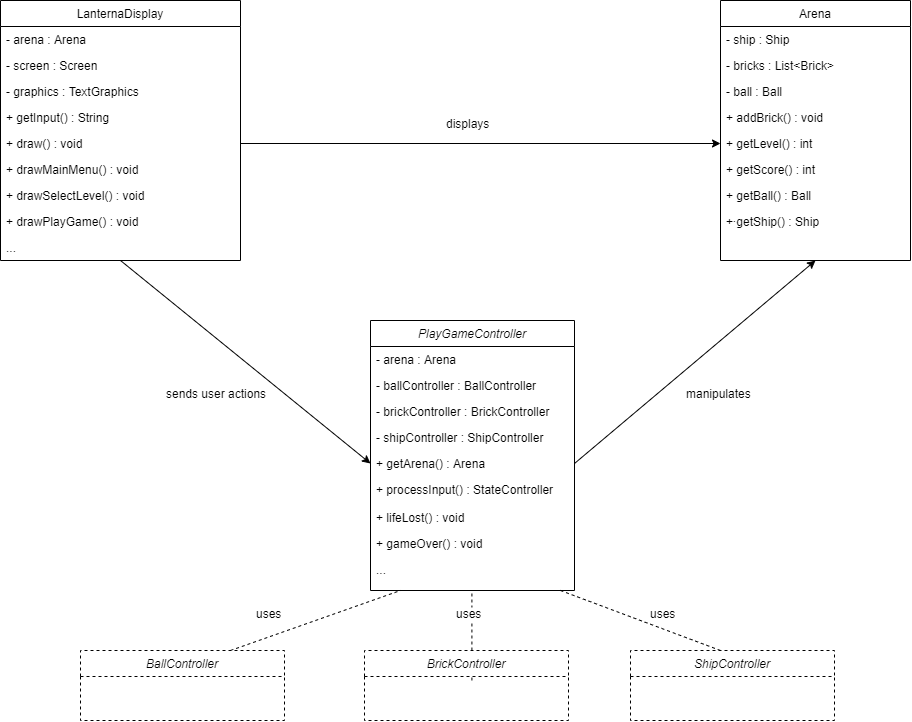
This is docs/mvc.png from ricardofdc/LPOO_19-20, a draw.io export, as it was before one commit. Source tidied: cells renumbered, new cells last; positions are measured from the earlier drawing's top-left corner, leaving out a move shared by most shapes. Source of this version:
```xml
<mxGraphModel>
  <root>
    <mxCell id="0" />
    <mxCell id="1" parent="0" />
    <mxCell id="2" style="rounded=0;jettySize=auto;html=1;exitX=1;exitY=0.5;exitDx=0;exitDy=0;entryX=0;entryY=0.5;entryDx=0;entryDy=0;" parent="1" edge="1" source="24" target="34">
      <mxGeometry relative="1" as="geometry" />
    </mxCell>
    <mxCell id="3" value="..." style="text;align=left;verticalAlign=top;spacingLeft=4;spacingRight=4;overflow=hidden;" parent="1" vertex="1">
      <mxGeometry x="720" y="204" width="190" height="26" as="geometry" />
    </mxCell>
    <mxCell id="4" style="edgeStyle=none;rounded=0;jettySize=auto;html=1;exitX=1;exitY=0.5;exitDx=0;exitDy=0;entryX=0.5;entryY=1;entryDx=0;entryDy=0;" parent="1" edge="1" source="5" target="29">
      <mxGeometry relative="1" as="geometry" />
    </mxCell>
    <mxCell id="5" value="+ getArena() : Arena" style="text;align=left;verticalAlign=top;spacingLeft=4;spacingRight=4;overflow=hidden;points=[[0,0.5],[1,0.5]];portConstraint=eastwest;" parent="1" vertex="1">
      <mxGeometry x="370" y="450" width="204" height="26" as="geometry" />
    </mxCell>
    <mxCell id="6" value="+ processInput() : StateController" style="text;align=left;verticalAlign=top;spacingLeft=4;spacingRight=4;overflow=hidden;" parent="1" vertex="1">
      <mxGeometry x="370" y="476" width="204" height="26" as="geometry" />
    </mxCell>
    <mxCell id="7" value="+ lifeLost() : void" style="text;align=left;verticalAlign=top;spacingLeft=4;spacingRight=4;overflow=hidden;" parent="1" vertex="1">
      <mxGeometry x="370" y="504" width="204" height="26" as="geometry" />
    </mxCell>
    <mxCell id="8" value="+ gameOver() : void" style="text;align=left;verticalAlign=top;spacingLeft=4;spacingRight=4;overflow=hidden;" parent="1" vertex="1">
      <mxGeometry x="370" y="530" width="204" height="26" as="geometry" />
    </mxCell>
    <mxCell id="9" value="..." style="text;align=left;verticalAlign=top;spacingLeft=4;spacingRight=4;overflow=hidden;" parent="1" vertex="1">
      <mxGeometry x="370" y="556" width="204" height="26" as="geometry" />
    </mxCell>
    <mxCell id="10" style="edgeStyle=none;rounded=0;jettySize=auto;html=1;exitX=0.5;exitY=1;exitDx=0;exitDy=0;entryX=0;entryY=0.5;entryDx=0;entryDy=0;" parent="1" edge="1" source="19" target="5">
      <mxGeometry relative="1" as="geometry" />
    </mxCell>
    <mxCell id="11" value="displays" style="text;align=left;verticalAlign=top;spacingLeft=4;spacingRight=4;overflow=hidden;" parent="1" vertex="1">
      <mxGeometry x="440" y="110" width="204" height="26" as="geometry" />
    </mxCell>
    <mxCell id="12" value="sends user actions" style="text;align=left;verticalAlign=top;spacingLeft=4;spacingRight=4;overflow=hidden;" parent="1" vertex="1">
      <mxGeometry x="160" y="380" width="204" height="26" as="geometry" />
    </mxCell>
    <mxCell id="13" value="manipulates" style="text;align=left;verticalAlign=top;spacingLeft=4;spacingRight=4;overflow=hidden;" parent="1" vertex="1">
      <mxGeometry x="680" y="380" width="204" height="26" as="geometry" />
    </mxCell>
    <mxCell id="14" value="PlayGameController" style="swimlane;fontStyle=2;align=center;verticalAlign=top;horizontal=1;startSize=26;rounded=0;shadow=0;strokeWidth=1;" parent="1" vertex="1">
      <mxGeometry x="370" y="320" width="204" height="270" as="geometry" />
    </mxCell>
    <mxCell id="15" value="- arena : Arena" style="text;align=left;verticalAlign=top;spacingLeft=4;spacingRight=4;overflow=hidden;" parent="14" vertex="1">
      <mxGeometry y="26" width="204" height="26" as="geometry" />
    </mxCell>
    <mxCell id="16" value="- ballController : BallController" style="text;align=left;verticalAlign=top;spacingLeft=4;spacingRight=4;overflow=hidden;rounded=0;shadow=0;html=0;" parent="14" vertex="1">
      <mxGeometry y="52" width="204" height="26" as="geometry" />
    </mxCell>
    <mxCell id="17" value="- brickController : BrickController" style="text;align=left;verticalAlign=top;spacingLeft=4;spacingRight=4;overflow=hidden;rounded=0;shadow=0;html=0;" parent="14" vertex="1">
      <mxGeometry y="78" width="204" height="26" as="geometry" />
    </mxCell>
    <mxCell id="18" value="- shipController : ShipController" style="text;align=left;verticalAlign=top;spacingLeft=4;spacingRight=4;overflow=hidden;" parent="14" vertex="1">
      <mxGeometry y="104" width="204" height="26" as="geometry" />
    </mxCell>
    <mxCell id="19" value="LanternaDisplay" style="swimlane;fontStyle=0;align=center;verticalAlign=top;horizontal=1;startSize=26;rounded=0;shadow=0;strokeWidth=1;" parent="1" vertex="1">
      <mxGeometry width="240" height="260" as="geometry" />
    </mxCell>
    <mxCell id="20" value="- arena : Arena" style="text;align=left;verticalAlign=top;spacingLeft=4;spacingRight=4;overflow=hidden;" parent="19" vertex="1">
      <mxGeometry y="26" width="240" height="26" as="geometry" />
    </mxCell>
    <mxCell id="21" value="- screen : Screen" style="text;align=left;verticalAlign=top;spacingLeft=4;spacingRight=4;overflow=hidden;rounded=0;shadow=0;html=0;" parent="19" vertex="1">
      <mxGeometry y="52" width="240" height="26" as="geometry" />
    </mxCell>
    <mxCell id="22" value="- graphics : TextGraphics" style="text;align=left;verticalAlign=top;spacingLeft=4;spacingRight=4;overflow=hidden;fontStyle=0;" parent="19" vertex="1">
      <mxGeometry y="78" width="240" height="26" as="geometry" />
    </mxCell>
    <mxCell id="23" value="+ getInput() : String" style="text;align=left;verticalAlign=top;spacingLeft=4;spacingRight=4;overflow=hidden;" parent="19" vertex="1">
      <mxGeometry y="104" width="240" height="26" as="geometry" />
    </mxCell>
    <mxCell id="24" value="+ draw() : void" style="text;align=left;verticalAlign=top;spacingLeft=4;spacingRight=4;overflow=hidden;points=[[0,0.5],[1,0.5]];portConstraint=eastwest;" parent="19" vertex="1">
      <mxGeometry y="130" width="240" height="26" as="geometry" />
    </mxCell>
    <mxCell id="25" value="+ drawMainMenu() : void" style="text;align=left;verticalAlign=top;spacingLeft=4;spacingRight=4;overflow=hidden;fontStyle=0;" parent="19" vertex="1">
      <mxGeometry y="156" width="240" height="26" as="geometry" />
    </mxCell>
    <mxCell id="26" value="+ drawSelectLevel() : void" style="text;align=left;verticalAlign=top;spacingLeft=4;spacingRight=4;overflow=hidden;rounded=0;shadow=0;html=0;" parent="19" vertex="1">
      <mxGeometry y="182" width="240" height="26" as="geometry" />
    </mxCell>
    <mxCell id="27" value="+ drawPlayGame() : void" style="text;align=left;verticalAlign=top;spacingLeft=4;spacingRight=4;overflow=hidden;rounded=0;shadow=0;html=0;" parent="19" vertex="1">
      <mxGeometry y="208" width="240" height="26" as="geometry" />
    </mxCell>
    <mxCell id="28" value="..." style="text;align=left;verticalAlign=top;spacingLeft=4;spacingRight=4;overflow=hidden;rounded=0;shadow=0;html=0;" parent="19" vertex="1">
      <mxGeometry y="234" width="240" height="16" as="geometry" />
    </mxCell>
    <mxCell id="29" value="Arena" style="swimlane;fontStyle=0;align=center;verticalAlign=top;horizontal=1;startSize=26;rounded=0;shadow=0;strokeWidth=1;" parent="1" vertex="1">
      <mxGeometry x="720" width="190" height="260" as="geometry" />
    </mxCell>
    <mxCell id="30" value="- ship : Ship" style="text;align=left;verticalAlign=top;spacingLeft=4;spacingRight=4;overflow=hidden;" parent="29" vertex="1">
      <mxGeometry y="26" width="190" height="26" as="geometry" />
    </mxCell>
    <mxCell id="31" value="- bricks : List&lt;Brick&gt;" style="text;align=left;verticalAlign=top;spacingLeft=4;spacingRight=4;overflow=hidden;rounded=0;shadow=0;html=0;" parent="29" vertex="1">
      <mxGeometry y="52" width="190" height="26" as="geometry" />
    </mxCell>
    <mxCell id="32" value="- ball : Ball" style="text;align=left;verticalAlign=top;spacingLeft=4;spacingRight=4;overflow=hidden;rounded=0;shadow=0;html=0;" parent="29" vertex="1">
      <mxGeometry y="78" width="190" height="26" as="geometry" />
    </mxCell>
    <mxCell id="33" value="+ addBrick() : void" style="text;align=left;verticalAlign=top;spacingLeft=4;spacingRight=4;overflow=hidden;fontStyle=0;" parent="29" vertex="1">
      <mxGeometry y="104" width="190" height="26" as="geometry" />
    </mxCell>
    <mxCell id="34" value="+ getLevel() : int" style="text;align=left;verticalAlign=top;spacingLeft=4;spacingRight=4;overflow=hidden;points=[[0,0.5],[1,0.5]];portConstraint=eastwest;rounded=0;shadow=0;html=0;" parent="29" vertex="1">
      <mxGeometry y="130" width="190" height="26" as="geometry" />
    </mxCell>
    <mxCell id="35" value="+ getScore() : int" style="text;align=left;verticalAlign=top;spacingLeft=4;spacingRight=4;overflow=hidden;fontStyle=0;" parent="29" vertex="1">
      <mxGeometry y="156" width="190" height="26" as="geometry" />
    </mxCell>
    <mxCell id="36" value="+ getBall() : Ball" style="text;align=left;verticalAlign=top;spacingLeft=4;spacingRight=4;overflow=hidden;" parent="29" vertex="1">
      <mxGeometry y="182" width="190" height="26" as="geometry" />
    </mxCell>
    <mxCell id="37" value="+ getShip() : Ship" style="text;align=left;verticalAlign=top;spacingLeft=4;spacingRight=4;overflow=hidden;" parent="29" vertex="1">
      <mxGeometry y="208" width="190" height="26" as="geometry" />
    </mxCell>
    <mxCell id="38" style="endArrow=none;dashed=1;html=1;" parent="1" edge="1">
      <mxGeometry relative="1" as="geometry">
        <mxPoint x="230" y="650" as="sourcePoint" />
        <mxPoint x="400" y="590" as="targetPoint" />
      </mxGeometry>
    </mxCell>
    <mxCell id="39" style="endArrow=none;dashed=1;html=1;" parent="1" edge="1">
      <mxGeometry relative="1" as="geometry">
        <mxPoint x="471.4" y="680" as="sourcePoint" />
        <mxPoint x="471.4" y="590" as="targetPoint" />
      </mxGeometry>
    </mxCell>
    <mxCell id="40" style="endArrow=none;dashed=1;html=1;" parent="1" edge="1">
      <mxGeometry relative="1" as="geometry">
        <mxPoint x="720" y="650" as="sourcePoint" />
        <mxPoint x="560" y="590" as="targetPoint" />
      </mxGeometry>
    </mxCell>
    <mxCell id="41" value="BallController" style="swimlane;fontStyle=2;align=center;verticalAlign=top;horizontal=1;startSize=26;rounded=0;shadow=0;strokeWidth=1;dashed=1;" parent="1" vertex="1">
      <mxGeometry x="80" y="650" width="204" height="70" as="geometry" />
    </mxCell>
    <mxCell id="42" value="BrickController" style="swimlane;fontStyle=2;align=center;verticalAlign=top;horizontal=1;startSize=26;rounded=0;shadow=0;strokeWidth=1;dashed=1;" parent="1" vertex="1">
      <mxGeometry x="364" y="650" width="204" height="70" as="geometry" />
    </mxCell>
    <mxCell id="43" value="ShipController" style="swimlane;fontStyle=2;align=center;verticalAlign=top;horizontal=1;startSize=26;rounded=0;shadow=0;strokeWidth=1;dashed=1;" parent="1" vertex="1">
      <mxGeometry x="630" y="650" width="204" height="70" as="geometry" />
    </mxCell>
    <mxCell id="44" value="uses" style="text;align=left;verticalAlign=top;spacingLeft=4;spacingRight=4;overflow=hidden;" parent="1" vertex="1">
      <mxGeometry x="644" y="600" width="204" height="26" as="geometry" />
    </mxCell>
    <mxCell id="45" value="uses" style="text;align=left;verticalAlign=top;spacingLeft=4;spacingRight=4;overflow=hidden;labelBackgroundColor=#ffffff;" parent="1" vertex="1">
      <mxGeometry x="450" y="600" width="204" height="26" as="geometry" />
    </mxCell>
    <mxCell id="46" value="uses" style="text;align=left;verticalAlign=top;spacingLeft=4;spacingRight=4;overflow=hidden;" parent="1" vertex="1">
      <mxGeometry x="250" y="600" width="186" height="26" as="geometry" />
    </mxCell>
  </root>
</mxGraphModel>
```
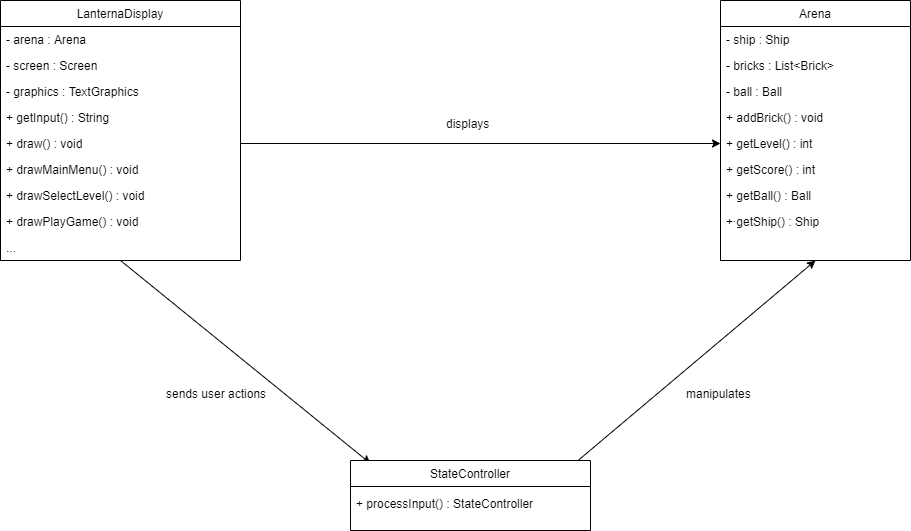
Above is the later version.

Diff of the diagram source:
```diff
@@ -8,26 +8,15 @@
     <mxCell id="3" value="..." style="text;align=left;verticalAlign=top;spacingLeft=4;spacingRight=4;overflow=hidden;" parent="1" vertex="1">
       <mxGeometry x="720" y="204" width="190" height="26" as="geometry" />
     </mxCell>
-    <mxCell id="4" style="edgeStyle=none;rounded=0;jettySize=auto;html=1;exitX=1;exitY=0.5;exitDx=0;exitDy=0;entryX=0.5;entryY=1;entryDx=0;entryDy=0;" parent="1" edge="1" source="5" target="29">
-      <mxGeometry relative="1" as="geometry" />
+    <mxCell id="4" style="edgeStyle=none;rounded=0;jettySize=auto;html=1;exitX=1;exitY=0.5;exitDx=0;exitDy=0;entryX=0.5;entryY=1;entryDx=0;entryDy=0;" parent="1" edge="1" target="29">
+      <mxGeometry relative="1" as="geometry">
+        <mxPoint x="574" y="463" as="sourcePoint" />
+      </mxGeometry>
     </mxCell>
-    <mxCell id="5" value="+ getArena() : Arena" style="text;align=left;verticalAlign=top;spacingLeft=4;spacingRight=4;overflow=hidden;points=[[0,0.5],[1,0.5]];portConstraint=eastwest;" parent="1" vertex="1">
-      <mxGeometry x="370" y="450" width="204" height="26" as="geometry" />
-    </mxCell>
-    <mxCell id="6" value="+ processInput() : StateController" style="text;align=left;verticalAlign=top;spacingLeft=4;spacingRight=4;overflow=hidden;" parent="1" vertex="1">
-      <mxGeometry x="370" y="476" width="204" height="26" as="geometry" />
-    </mxCell>
-    <mxCell id="7" value="+ lifeLost() : void" style="text;align=left;verticalAlign=top;spacingLeft=4;spacingRight=4;overflow=hidden;" parent="1" vertex="1">
-      <mxGeometry x="370" y="504" width="204" height="26" as="geometry" />
-    </mxCell>
-    <mxCell id="8" value="+ gameOver() : void" style="text;align=left;verticalAlign=top;spacingLeft=4;spacingRight=4;overflow=hidden;" parent="1" vertex="1">
-      <mxGeometry x="370" y="530" width="204" height="26" as="geometry" />
-    </mxCell>
-    <mxCell id="9" value="..." style="text;align=left;verticalAlign=top;spacingLeft=4;spacingRight=4;overflow=hidden;" parent="1" vertex="1">
-      <mxGeometry x="370" y="556" width="204" height="26" as="geometry" />
-    </mxCell>
-    <mxCell id="10" style="edgeStyle=none;rounded=0;jettySize=auto;html=1;exitX=0.5;exitY=1;exitDx=0;exitDy=0;entryX=0;entryY=0.5;entryDx=0;entryDy=0;" parent="1" edge="1" source="19" target="5">
-      <mxGeometry relative="1" as="geometry" />
+    <mxCell id="10" style="edgeStyle=none;rounded=0;jettySize=auto;html=1;exitX=0.5;exitY=1;exitDx=0;exitDy=0;entryX=0;entryY=0.5;entryDx=0;entryDy=0;" parent="1" edge="1" source="19">
+      <mxGeometry relative="1" as="geometry">
+        <mxPoint x="370" y="463" as="targetPoint" />
+      </mxGeometry>
     </mxCell>
     <mxCell id="11" value="displays" style="text;align=left;verticalAlign=top;spacingLeft=4;spacingRight=4;overflow=hidden;" parent="1" vertex="1">
       <mxGeometry x="440" y="110" width="204" height="26" as="geometry" />
@@ -38,21 +27,6 @@
     <mxCell id="13" value="manipulates" style="text;align=left;verticalAlign=top;spacingLeft=4;spacingRight=4;overflow=hidden;" parent="1" vertex="1">
       <mxGeometry x="680" y="380" width="204" height="26" as="geometry" />
     </mxCell>
-    <mxCell id="14" value="PlayGameController" style="swimlane;fontStyle=2;align=center;verticalAlign=top;horizontal=1;startSize=26;rounded=0;shadow=0;strokeWidth=1;" parent="1" vertex="1">
-      <mxGeometry x="370" y="320" width="204" height="270" as="geometry" />
-    </mxCell>
-    <mxCell id="15" value="- arena : Arena" style="text;align=left;verticalAlign=top;spacingLeft=4;spacingRight=4;overflow=hidden;" parent="14" vertex="1">
-      <mxGeometry y="26" width="204" height="26" as="geometry" />
-    </mxCell>
-    <mxCell id="16" value="- ballController : BallController" style="text;align=left;verticalAlign=top;spacingLeft=4;spacingRight=4;overflow=hidden;rounded=0;shadow=0;html=0;" parent="14" vertex="1">
-      <mxGeometry y="52" width="204" height="26" as="geometry" />
-    </mxCell>
-    <mxCell id="17" value="- brickController : BrickController" style="text;align=left;verticalAlign=top;spacingLeft=4;spacingRight=4;overflow=hidden;rounded=0;shadow=0;html=0;" parent="14" vertex="1">
-      <mxGeometry y="78" width="204" height="26" as="geometry" />
-    </mxCell>
-    <mxCell id="18" value="- shipController : ShipController" style="text;align=left;verticalAlign=top;spacingLeft=4;spacingRight=4;overflow=hidden;" parent="14" vertex="1">
-      <mxGeometry y="104" width="204" height="26" as="geometry" />
-    </mxCell>
     <mxCell id="19" value="LanternaDisplay" style="swimlane;fontStyle=0;align=center;verticalAlign=top;horizontal=1;startSize=26;rounded=0;shadow=0;strokeWidth=1;" parent="1" vertex="1">
       <mxGeometry width="240" height="260" as="geometry" />
     </mxCell>
@@ -110,41 +84,11 @@
     <mxCell id="37" value="+ getShip() : Ship" style="text;align=left;verticalAlign=top;spacingLeft=4;spacingRight=4;overflow=hidden;" parent="29" vertex="1">
       <mxGeometry y="208" width="190" height="26" as="geometry" />
     </mxCell>
-    <mxCell id="38" style="endArrow=none;dashed=1;html=1;" parent="1" edge="1">
-      <mxGeometry relative="1" as="geometry">
-        <mxPoint x="230" y="650" as="sourcePoint" />
-        <mxPoint x="400" y="590" as="targetPoint" />
-      </mxGeometry>
-    </mxCell>
-    <mxCell id="39" style="endArrow=none;dashed=1;html=1;" parent="1" edge="1">
-      <mxGeometry relative="1" as="geometry">
-        <mxPoint x="471.4" y="680" as="sourcePoint" />
-        <mxPoint x="471.4" y="590" as="targetPoint" />
-      </mxGeometry>
-    </mxCell>
-    <mxCell id="40" style="endArrow=none;dashed=1;html=1;" parent="1" edge="1">
-      <mxGeometry relative="1" as="geometry">
-        <mxPoint x="720" y="650" as="sourcePoint" />
-        <mxPoint x="560" y="590" as="targetPoint" />
-      </mxGeometry>
-    </mxCell>
-    <mxCell id="41" value="BallController" style="swimlane;fontStyle=2;align=center;verticalAlign=top;horizontal=1;startSize=26;rounded=0;shadow=0;strokeWidth=1;dashed=1;" parent="1" vertex="1">
-      <mxGeometry x="80" y="650" width="204" height="70" as="geometry" />
-    </mxCell>
-    <mxCell id="42" value="BrickController" style="swimlane;fontStyle=2;align=center;verticalAlign=top;horizontal=1;startSize=26;rounded=0;shadow=0;strokeWidth=1;dashed=1;" parent="1" vertex="1">
-      <mxGeometry x="364" y="650" width="204" height="70" as="geometry" />
-    </mxCell>
-    <mxCell id="43" value="ShipController" style="swimlane;fontStyle=2;align=center;verticalAlign=top;horizontal=1;startSize=26;rounded=0;shadow=0;strokeWidth=1;dashed=1;" parent="1" vertex="1">
-      <mxGeometry x="630" y="650" width="204" height="70" as="geometry" />
-    </mxCell>
-    <mxCell id="44" value="uses" style="text;align=left;verticalAlign=top;spacingLeft=4;spacingRight=4;overflow=hidden;" parent="1" vertex="1">
-      <mxGeometry x="644" y="600" width="204" height="26" as="geometry" />
-    </mxCell>
-    <mxCell id="45" value="uses" style="text;align=left;verticalAlign=top;spacingLeft=4;spacingRight=4;overflow=hidden;labelBackgroundColor=#ffffff;" parent="1" vertex="1">
-      <mxGeometry x="450" y="600" width="204" height="26" as="geometry" />
-    </mxCell>
-    <mxCell id="46" value="uses" style="text;align=left;verticalAlign=top;spacingLeft=4;spacingRight=4;overflow=hidden;" parent="1" vertex="1">
-      <mxGeometry x="250" y="600" width="186" height="26" as="geometry" />
-    </mxCell>
+    <mxCell id="47" value="StateController" style="swimlane;fontStyle=0;align=center;verticalAlign=top;horizontal=1;startSize=26;rounded=0;shadow=0;strokeWidth=1;" parent="1" vertex="1">
+      <mxGeometry x="350" y="460" width="240" height="70" as="geometry" />
+    </mxCell>
+    <mxCell id="6" value="+ processInput() : StateController" style="text;align=left;verticalAlign=top;spacingLeft=4;spacingRight=4;overflow=hidden;" parent="1" vertex="1">
+      <mxGeometry x="350" y="490" width="240" height="26" as="geometry" />
+    </mxCell>
   </root>
 </mxGraphModel>
```
